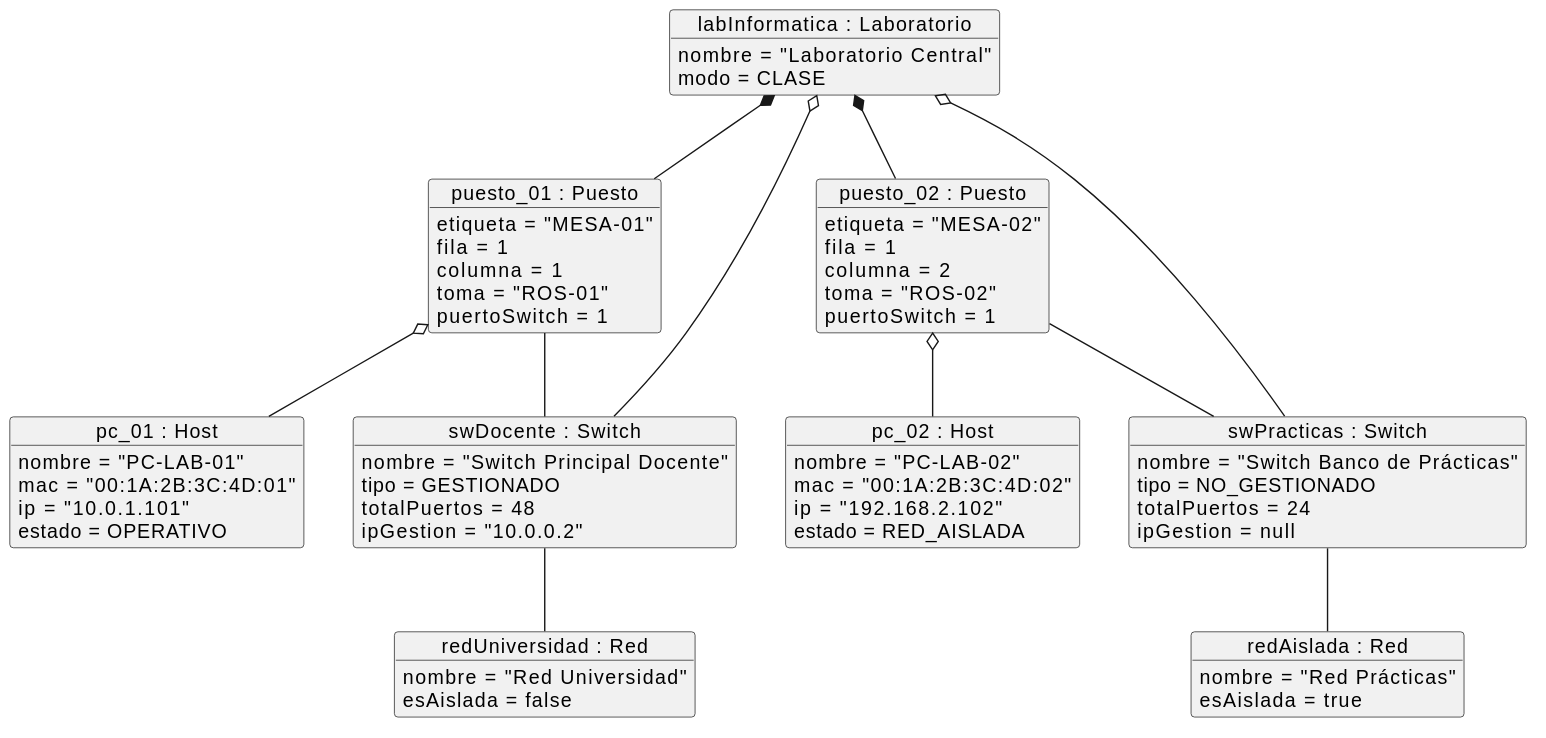
This is images/00-modelo-del-dominio/diagrama-objetos.svg from Carlos-Lima2510/mesh-panel, a PlantUML export, as it was before one commit. Source of this version:
```plantuml
@startuml
object "labInformatica : Laboratorio" as lab {
    nombre = "Laboratorio Central"
    modo = CLASE
}

object "puesto_01 : Puesto" as puesto01 {
    etiqueta = "MESA-01"
    fila = 1
    columna = 1
    toma = "ROS-01"
    puertoSwitch = 1
}

object "puesto_02 : Puesto" as puesto02 {
    etiqueta = "MESA-02"
    fila = 1
    columna = 2
    toma = "ROS-02"
    puertoSwitch = 1
}

object "pc_01 : Host" as host01 {
    nombre = "PC-LAB-01"
    mac = "00:1A:2B:3C:4D:01"
    ip = "10.0.1.101"
    estado = OPERATIVO
}

object "pc_02 : Host" as host02 {
    nombre = "PC-LAB-02"
    mac = "00:1A:2B:3C:4D:02"
    ip = "192.168.2.102"
    estado = RED_AISLADA
}

object "swDocente : Switch" as swDocente {
    nombre = "Switch Principal Docente"
    tipo = GESTIONADO
    totalPuertos = 48
    ipGestion = "10.0.0.2"
}

object "swPracticas : Switch" as swPracticas {
    nombre = "Switch Banco de Prácticas"
    tipo = NO_GESTIONADO
    totalPuertos = 24
    ipGestion = null
}

object "redUniversidad : Red" as redUniversidad {
    nombre = "Red Universidad"
    esAislada = false
}

object "redAislada : Red" as redAislada {
    nombre = "Red Prácticas"
    esAislada = true
}

lab *-- puesto01
lab *-- puesto02
lab o-- swDocente
lab o-- swPracticas

puesto01 -- swDocente
puesto02 -- swPracticas

puesto01 o-- host01
puesto02 o-- host02

swDocente -- redUniversidad
swPracticas -- redAislada
@enduml
```
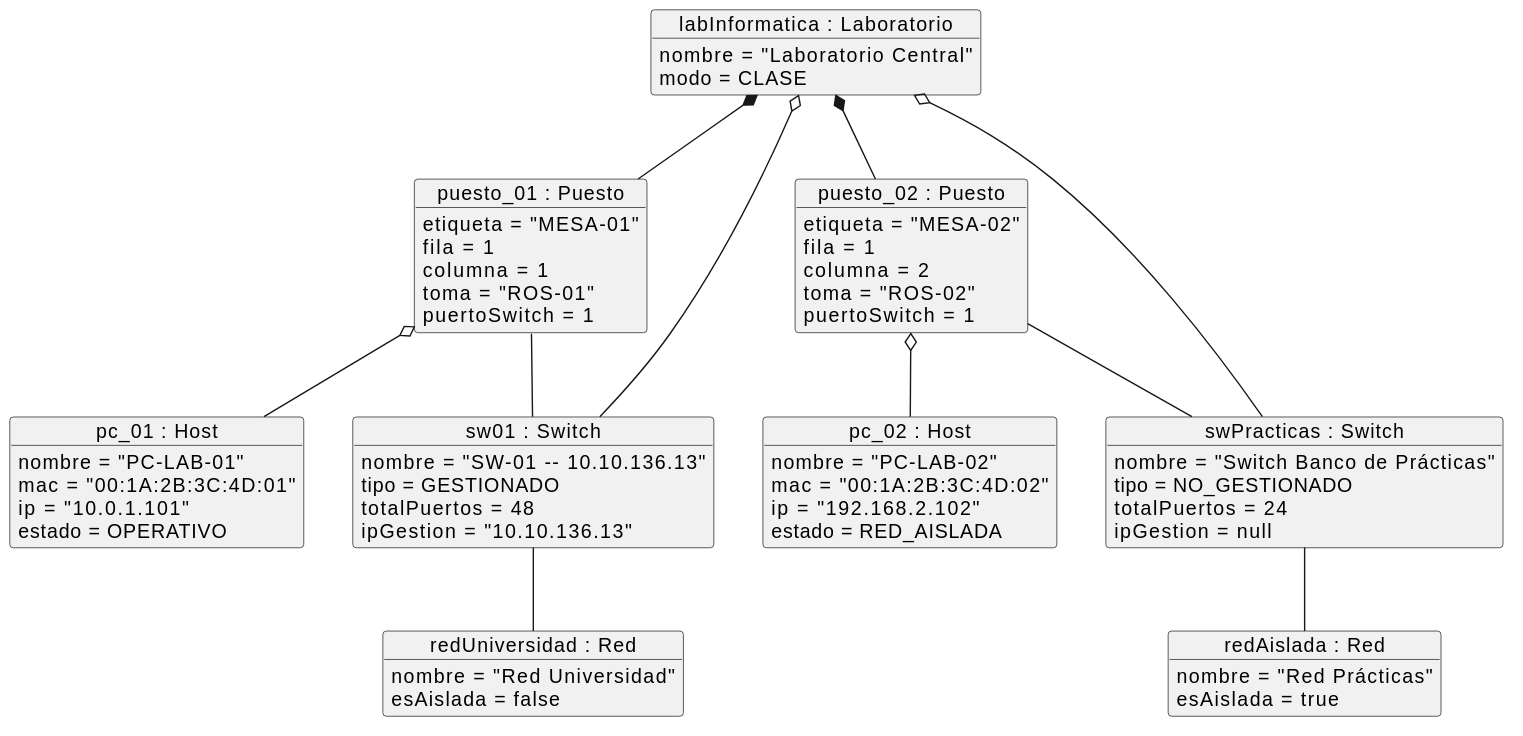
After the commit.

Commit message:
fix(switches): eliminar switch principal docente ficticio y usar sw-01 como predeterminado

What changed in the source:
```diff
@@ -34,11 +34,11 @@
     estado = RED_AISLADA
 }
 
-object "swDocente : Switch" as swDocente {
-    nombre = "Switch Principal Docente"
+object "sw01 : Switch" as sw01 {
+    nombre = "SW-01 -- 10.10.136.13"
     tipo = GESTIONADO
     totalPuertos = 48
-    ipGestion = "10.0.0.2"
+    ipGestion = "10.10.136.13"
 }
 
 object "swPracticas : Switch" as swPracticas {
@@ -60,15 +60,15 @@
 
 lab *-- puesto01
 lab *-- puesto02
-lab o-- swDocente
+lab o-- sw01
 lab o-- swPracticas
 
-puesto01 -- swDocente
+puesto01 -- sw01
 puesto02 -- swPracticas
 
 puesto01 o-- host01
 puesto02 o-- host02
 
-swDocente -- redUniversidad
+sw01 -- redUniversidad
 swPracticas -- redAislada
 @enduml
```
